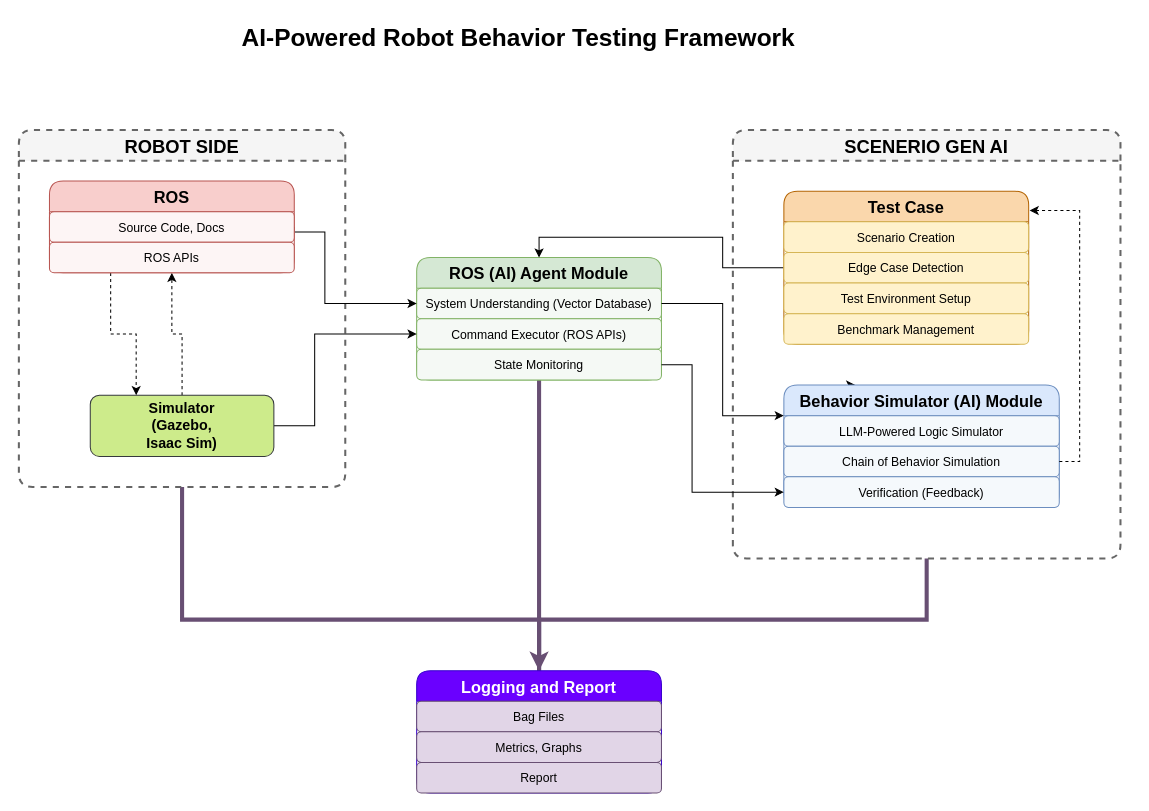
sudhirpratapyadav/diagrams keeps this draw.io diagram as Testing.drawio. Above is the earlier version. Source tidied: cells renumbered, new cells numbered last; positions are measured from the earlier drawing's top-left corner, leaving out a move shared by most shapes. Both pictures are drawn from the tidied source at 102%, with x=0, y=0 at pixel (18, 17).
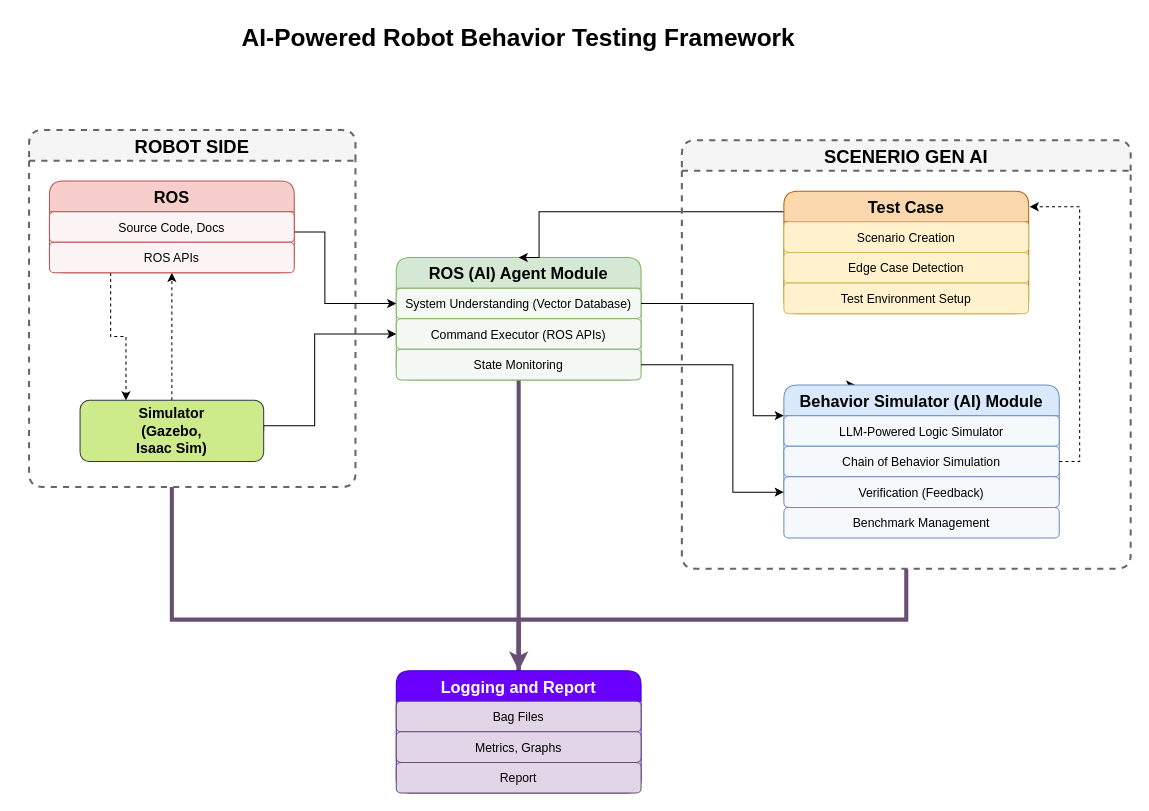
After the change.

The change refers to these unchanged cells:
```xml
<mxCell id="5" value="System Understanding (Vector Database)" style="text;strokeColor=#82b366;fillColor=#f5f9f5;align=center;verticalAlign=middle;spacingLeft=4;spacingRight=4;overflow=hidden;points=[[0,0.5],[1,0.5]];portConstraint=eastwest;fontSize=12;rounded=1;" parent="4" vertex="1">
  <mxGeometry y="30" width="240" height="30" as="geometry" />
</mxCell>
<mxCell id="7" value="State Monitoring" style="text;strokeColor=#82b366;fillColor=#f5f9f5;align=center;verticalAlign=middle;spacingLeft=4;spacingRight=4;overflow=hidden;points=[[0,0.5],[1,0.5]];portConstraint=eastwest;fontSize=12;rounded=1;" parent="4" vertex="1">
  <mxGeometry y="90" width="240" height="30" as="geometry" />
</mxCell>
<mxCell id="9" value="Behavior Simulator (AI) Module" style="swimlane;fontStyle=1;horizontal=1;startSize=30;fillColor=#dae8fc;strokeColor=#6c8ebf;fontSize=16;rounded=1;" parent="1" vertex="1">
  <mxGeometry x="750" y="360" width="270" height="120" as="geometry" />
</mxCell>
<mxCell id="12" value="Verification (Feedback)" style="text;strokeColor=#6c8ebf;fillColor=#f5f9fc;align=center;verticalAlign=middle;spacingLeft=4;spacingRight=4;overflow=hidden;points=[[0,0.5],[1,0.5]];portConstraint=eastwest;fontSize=12;rounded=1;" parent="9" vertex="1">
  <mxGeometry y="90" width="270" height="30" as="geometry" />
</mxCell>
```

The edit, as a diff of the source:
```diff
@@
     <mxCell id="3" style="edgeStyle=orthogonalEdgeStyle;rounded=0;jettySize=auto;html=1;entryX=0.5;entryY=0;entryDx=0;entryDy=0;strokeColor=#684F73;strokeWidth=4;endArrow=none;startFill=0;" parent="1" edge="1" source="4" target="32">
       <mxGeometry relative="1" as="geometry">
         <Array as="points">
-          <mxPoint x="510" y="650" />
+          <mxPoint x="490" y="640" />
         </Array>
       </mxGeometry>
     </mxCell>
     <mxCell id="4" value="ROS (AI) Agent Module" style="swimlane;fontStyle=1;horizontal=1;startSize=30;fillColor=#d5e8d4;strokeColor=#82b366;fontSize=16;rounded=1;" parent="1" vertex="1">
-      <mxGeometry x="390" y="235" width="240" height="120" as="geometry" />
+      <mxGeometry x="370" y="235" width="240" height="120" as="geometry" />
     </mxCell>
@@
     <mxCell id="13" style="edgeStyle=orthogonalEdgeStyle;rounded=0;jettySize=auto;html=1;entryX=0.5;entryY=0;entryDx=0;entryDy=0;" parent="1" edge="1" source="14" target="4">
-      <mxGeometry relative="1" as="geometry" />
+      <mxGeometry relative="1" as="geometry">
+        <Array as="points">
+          <mxPoint x="510" y="190" />
+        </Array>
+      </mxGeometry>
     </mxCell>
     <mxCell id="14" value="Test Case" style="swimlane;fontStyle=1;horizontal=1;startSize=30;fillColor=#fad7ac;strokeColor=#b46504;fontSize=16;rounded=1;" parent="1" vertex="1">
-      <mxGeometry x="750" y="170" width="240" height="150" as="geometry" />
+      <mxGeometry x="750" y="170" width="240" height="120" as="geometry" />
     </mxCell>
@@
-    <mxCell id="18" value="Benchmark Management" style="text;strokeColor=#d6b656;fillColor=#fff2cc;align=center;verticalAlign=middle;spacingLeft=4;spacingRight=4;overflow=hidden;fontSize=12;rounded=1;" parent="14" vertex="1">
-      <mxGeometry y="120" width="240" height="30" as="geometry" />
-    </mxCell>
-    <mxCell id="19" style="edgeStyle=orthogonalEdgeStyle;rounded=0;jettySize=auto;html=1;entryX=0.5;entryY=0;entryDx=0;entryDy=0;strokeColor=#684F73;strokeWidth=4;endArrow=none;startFill=0;exitX=0.5;exitY=1;exitDx=0;exitDy=0;" parent="1" edge="1" source="20" target="32">
+    <mxCell id="19" style="edgeStyle=orthogonalEdgeStyle;rounded=0;jettySize=auto;html=1;entryX=0.5;entryY=0;entryDx=0;entryDy=0;strokeColor=#684F73;strokeWidth=4;endArrow=none;startFill=0;" parent="1" edge="1" target="32">
       <mxGeometry relative="1" as="geometry">
+        <mxPoint x="150" y="460" as="sourcePoint" />
         <Array as="points">
-          <mxPoint x="160" y="590" />
-          <mxPoint x="510" y="590" />
+          <mxPoint x="150" y="460" />
+          <mxPoint x="150" y="590" />
+          <mxPoint x="490" y="590" />
         </Array>
       </mxGeometry>
     </mxCell>
     <mxCell id="20" value="ROBOT SIDE" style="swimlane;fontStyle=1;horizontal=1;startSize=30;fillColor=#f5f5f5;strokeColor=#666666;strokeWidth=2;fontSize=18;rounded=1;dashed=1;" parent="1" vertex="1">
-      <mxGeometry y="110" width="320" height="350" as="geometry" />
+      <mxGeometry x="10" y="110" width="320" height="350" as="geometry" />
     </mxCell>
@@
     <mxCell id="23" value="Simulator&lt;br&gt;(Gazebo,&lt;br&gt;Isaac Sim)" style="rounded=1;whiteSpace=wrap;html=1;fillColor=#cdeb8b;strokeColor=#36393d;fontStyle=1;fontSize=14;" parent="1" vertex="1">
-      <mxGeometry x="70" y="370" width="180" height="60" as="geometry" />
+      <mxGeometry x="60" y="375" width="180" height="60" as="geometry" />
     </mxCell>
@@
     <mxCell id="30" style="edgeStyle=orthogonalEdgeStyle;rounded=0;jettySize=auto;html=1;exitX=0.5;exitY=1;exitDx=0;exitDy=0;strokeColor=#684F73;strokeWidth=4;endArrow=classic;startFill=0;endFill=1;" parent="1" edge="1" source="31" target="32">
       <mxGeometry relative="1" as="geometry">
         <Array as="points">
-          <mxPoint x="890" y="590" />
-          <mxPoint x="510" y="590" />
+          <mxPoint x="870" y="590" />
+          <mxPoint x="490" y="590" />
         </Array>
       </mxGeometry>
     </mxCell>
     <mxCell id="31" value="SCENERIO GEN AI" style="swimlane;fontStyle=1;horizontal=1;startSize=30;fillColor=#f5f5f5;strokeColor=#666666;strokeWidth=2;fontSize=18;rounded=1;dashed=1;" parent="1" vertex="1">
-      <mxGeometry x="700" y="110" width="380" height="420" as="geometry" />
+      <mxGeometry x="650" y="120" width="440" height="420" as="geometry" />
     </mxCell>
     <mxCell id="32" value="Logging and Report" style="swimlane;fontStyle=1;horizontal=1;startSize=30;fillColor=#6a00ff;strokeColor=#3700CC;fontSize=16;rounded=1;fontColor=#ffffff;" parent="1" vertex="1">
-      <mxGeometry x="390" y="640" width="240" height="120" as="geometry" />
+      <mxGeometry x="370" y="640" width="240" height="120" as="geometry" />
     </mxCell>
@@
     <mxCell id="36" style="edgeStyle=orthogonalEdgeStyle;rounded=0;jettySize=auto;html=1;exitX=1;exitY=0.5;exitDx=0;exitDy=0;entryX=0;entryY=0.5;entryDx=0;entryDy=0;" parent="1" edge="1" source="7" target="12">
       <mxGeometry relative="1" as="geometry">
         <Array as="points">
-          <mxPoint x="660" y="340" />
-          <mxPoint x="660" y="465" />
+          <mxPoint x="700" y="340" />
+          <mxPoint x="700" y="465" />
         </Array>
       </mxGeometry>
     </mxCell>
     <mxCell id="37" style="edgeStyle=orthogonalEdgeStyle;rounded=0;jettySize=auto;html=1;exitX=1;exitY=0.5;exitDx=0;exitDy=0;entryX=0;entryY=0.25;entryDx=0;entryDy=0;" parent="1" edge="1" source="5" target="9">
-      <mxGeometry relative="1" as="geometry" />
+      <mxGeometry relative="1" as="geometry">
+        <Array as="points">
+          <mxPoint x="720" y="280" />
+          <mxPoint x="720" y="390" />
+        </Array>
+      </mxGeometry>
     </mxCell>
+    <mxCell id="18" value="Benchmark Management" style="text;strokeColor=#6c8ebf;fillColor=#f5f9fc;align=center;verticalAlign=middle;spacingLeft=4;spacingRight=4;overflow=hidden;fontSize=12;rounded=1;" parent="1" vertex="1">
+      <mxGeometry x="750" y="480" width="270" height="30" as="geometry" />
+    </mxCell>
```
